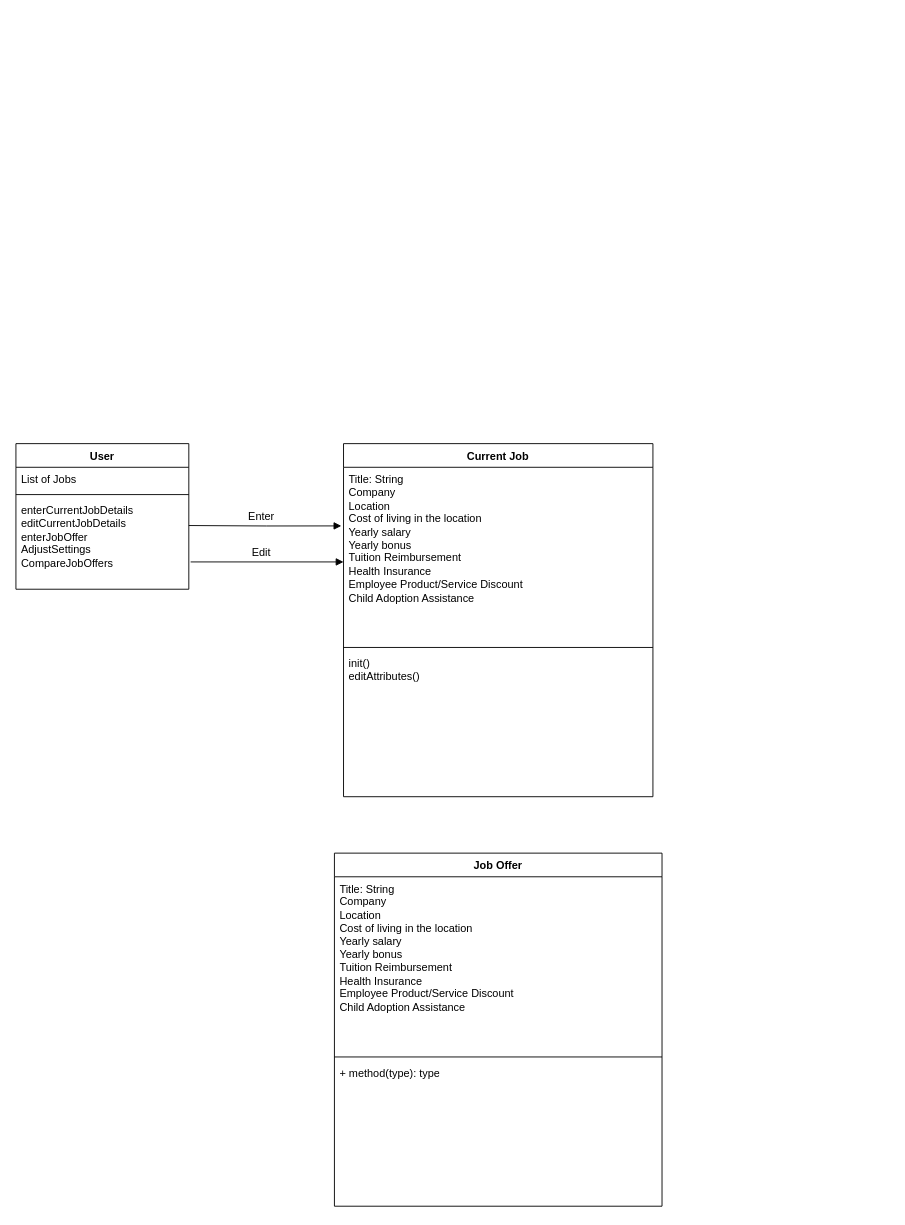
Before: Untitled Diagram.drawio in LanYan1110/Blog_Web_Application, a draw.io diagram. Source tidied: cells renumbered, new cells numbered last; positions are measured from the earlier drawing's top-left corner, leaving out a move shared by most shapes. Both pictures are drawn from the tidied source at 91%, with x=0, y=0 at pixel (15, 443).
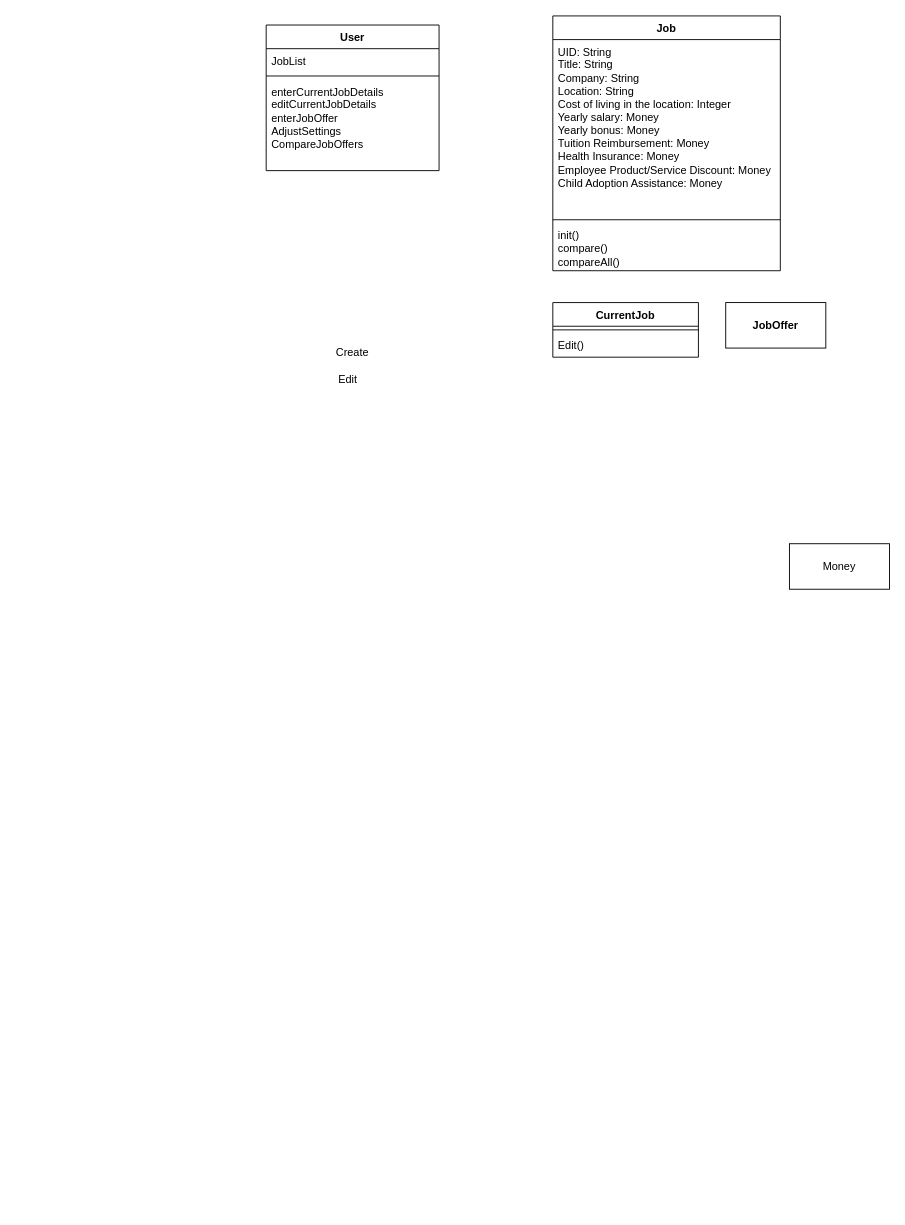
The same diagram, later.

The edit, as a diff of the source:
```diff
@@
 <mxGraphModel>
   <root>
     <mxCell id="0" />
     <mxCell id="1" parent="0" />
-    <mxCell id="2" value="Current Job" style="swimlane;fontStyle=1;align=center;verticalAlign=top;horizontal=1;startSize=26;whiteSpace=wrap;html=1;" parent="1" vertex="1">
-      <mxGeometry x="360" width="340" height="388" as="geometry" />
-    </mxCell>
-    <mxCell id="3" value="&lt;div&gt;Title: String&lt;/div&gt;&lt;div&gt;Company&lt;/div&gt;&lt;div&gt;Location&amp;nbsp;&lt;/div&gt;&lt;div&gt;Cost of living in the location&amp;nbsp;&lt;/div&gt;&lt;div&gt;Yearly salary&amp;nbsp;&lt;/div&gt;&lt;div&gt;Yearly bonus&amp;nbsp;&lt;/div&gt;&lt;div&gt;Tuition Reimbursement&amp;nbsp;&lt;/div&gt;&lt;div&gt;Health Insurance&amp;nbsp;&lt;/div&gt;&lt;div&gt;Employee Product/Service Discount&amp;nbsp;&lt;/div&gt;&lt;div&gt;Child Adoption Assistance&lt;/div&gt;&lt;div&gt;&lt;br&gt;&lt;/div&gt;" style="text;strokeColor=none;fillColor=none;align=left;verticalAlign=top;spacingLeft=4;spacingRight=4;overflow=hidden;points=[[0,0.5],[1,0.5]];portConstraint=eastwest;whiteSpace=wrap;html=1;" parent="2" vertex="1">
-      <mxGeometry y="26" width="340" height="194" as="geometry" />
-    </mxCell>
-    <mxCell id="4" style="line;strokeWidth=1;fillColor=none;align=left;verticalAlign=middle;spacingTop=-1;spacingLeft=3;spacingRight=3;labelPosition=right;strokeColor=inherit;" parent="2" vertex="1">
-      <mxGeometry y="220" width="340" height="8" as="geometry" />
-    </mxCell>
-    <mxCell id="5" value="init()&lt;div&gt;editAttributes()&lt;/div&gt;" style="text;strokeColor=none;fillColor=none;align=left;verticalAlign=top;spacingLeft=4;spacingRight=4;overflow=hidden;whiteSpace=wrap;html=1;" parent="2" vertex="1">
-      <mxGeometry y="228" width="340" height="160" as="geometry" />
-    </mxCell>
     <mxCell id="6" value="User" style="swimlane;fontStyle=1;align=center;verticalAlign=top;horizontal=1;startSize=26;whiteSpace=wrap;html=1;" parent="1" vertex="1">
-      <mxGeometry width="190" height="160" as="geometry" />
+      <mxGeometry x="275" y="-460" width="190" height="160" as="geometry" />
     </mxCell>
-    <mxCell id="7" value="List of Jobs" style="text;strokeColor=none;fillColor=none;align=left;verticalAlign=top;spacingLeft=4;spacingRight=4;overflow=hidden;whiteSpace=wrap;html=1;" parent="6" vertex="1">
+    <mxCell id="7" value="JobList" style="text;strokeColor=none;fillColor=none;align=left;verticalAlign=top;spacingLeft=4;spacingRight=4;overflow=hidden;whiteSpace=wrap;html=1;" parent="6" vertex="1">
       <mxGeometry y="26" width="190" height="26" as="geometry" />
     </mxCell>
     <mxCell id="8" style="line;strokeWidth=1;fillColor=none;align=left;verticalAlign=middle;spacingTop=-1;spacingLeft=3;spacingRight=3;labelPosition=right;strokeColor=inherit;" parent="6" vertex="1">
       <mxGeometry y="52" width="190" height="8" as="geometry" />
     </mxCell>
     <mxCell id="9" value="enterCurrentJobDetails&lt;div style=&quot;--tw-scale-x: 1; --tw-scale-y: 1; --tw-pan-x: ; --tw-pan-y: ; --tw-pinch-zoom: ; --tw-scroll-snap-strictness: proximity; --tw-gradient-from-position: ; --tw-gradient-via-position: ; --tw-gradient-to-position: ; --tw-ordinal: ; --tw-slashed-zero: ; --tw-numeric-figure: ; --tw-numeric-spacing: ; --tw-numeric-fraction: ; --tw-ring-inset: ; --tw-ring-offset-width: 0px; --tw-ring-offset-color: light-dark(#fff, #000000); --tw-ring-color: rgb(59 130 246 / .5); --tw-ring-offset-shadow: 0 0 #0000; --tw-ring-shadow: 0 0 #0000; --tw-shadow: 0 0 #0000; --tw-shadow-colored: 0 0 #0000; --tw-blur: ; --tw-brightness: ; --tw-contrast: ; --tw-grayscale: ; --tw-hue-rotate: ; --tw-invert: ; --tw-saturate: ; --tw-sepia: ; --tw-drop-shadow: ; --tw-backdrop-blur: ; --tw-backdrop-brightness: ; --tw-backdrop-contrast: ; --tw-backdrop-grayscale: ; --tw-backdrop-hue-rotate: ; --tw-backdrop-invert: ; --tw-backdrop-opacity: ; --tw-backdrop-saturate: ; --tw-backdrop-sepia: ;&quot;&gt;editCurrentJobDetails&lt;br style=&quot;--tw-scale-x: 1; --tw-scale-y: 1; --tw-pan-x: ; --tw-pan-y: ; --tw-pinch-zoom: ; --tw-scroll-snap-strictness: proximity; --tw-gradient-from-position: ; --tw-gradient-via-position: ; --tw-gradient-to-position: ; --tw-ordinal: ; --tw-slashed-zero: ; --tw-numeric-figure: ; --tw-numeric-spacing: ; --tw-numeric-fraction: ; --tw-ring-inset: ; --tw-ring-offset-width: 0px; --tw-ring-offset-color: light-dark(#fff, #000000); --tw-ring-color: rgb(59 130 246 / .5); --tw-ring-offset-shadow: 0 0 #0000; --tw-ring-shadow: 0 0 #0000; --tw-shadow: 0 0 #0000; --tw-shadow-colored: 0 0 #0000; --tw-blur: ; --tw-brightness: ; --tw-contrast: ; --tw-grayscale: ; --tw-hue-rotate: ; --tw-invert: ; --tw-saturate: ; --tw-sepia: ; --tw-drop-shadow: ; --tw-backdrop-blur: ; --tw-backdrop-brightness: ; --tw-backdrop-contrast: ; --tw-backdrop-grayscale: ; --tw-backdrop-hue-rotate: ; --tw-backdrop-invert: ; --tw-backdrop-opacity: ; --tw-backdrop-saturate: ; --tw-backdrop-sepia: ;&quot;&gt;&lt;div style=&quot;--tw-scale-x: 1; --tw-scale-y: 1; --tw-pan-x: ; --tw-pan-y: ; --tw-pinch-zoom: ; --tw-scroll-snap-strictness: proximity; --tw-gradient-from-position: ; --tw-gradient-via-position: ; --tw-gradient-to-position: ; --tw-ordinal: ; --tw-slashed-zero: ; --tw-numeric-figure: ; --tw-numeric-spacing: ; --tw-numeric-fraction: ; --tw-ring-inset: ; --tw-ring-offset-width: 0px; --tw-ring-offset-color: light-dark(#fff, #000000); --tw-ring-color: rgb(59 130 246 / .5); --tw-ring-offset-shadow: 0 0 #0000; --tw-ring-shadow: 0 0 #0000; --tw-shadow: 0 0 #0000; --tw-shadow-colored: 0 0 #0000; --tw-blur: ; --tw-brightness: ; --tw-contrast: ; --tw-grayscale: ; --tw-hue-rotate: ; --tw-invert: ; --tw-saturate: ; --tw-sepia: ; --tw-drop-shadow: ; --tw-backdrop-blur: ; --tw-backdrop-brightness: ; --tw-backdrop-contrast: ; --tw-backdrop-grayscale: ; --tw-backdrop-hue-rotate: ; --tw-backdrop-invert: ; --tw-backdrop-opacity: ; --tw-backdrop-saturate: ; --tw-backdrop-sepia: ;&quot;&gt;enterJobOffer&lt;/div&gt;&lt;div style=&quot;--tw-scale-x: 1; --tw-scale-y: 1; --tw-pan-x: ; --tw-pan-y: ; --tw-pinch-zoom: ; --tw-scroll-snap-strictness: proximity; --tw-gradient-from-position: ; --tw-gradient-via-position: ; --tw-gradient-to-position: ; --tw-ordinal: ; --tw-slashed-zero: ; --tw-numeric-figure: ; --tw-numeric-spacing: ; --tw-numeric-fraction: ; --tw-ring-inset: ; --tw-ring-offset-width: 0px; --tw-ring-offset-color: light-dark(#fff, #000000); --tw-ring-color: rgb(59 130 246 / .5); --tw-ring-offset-shadow: 0 0 #0000; --tw-ring-shadow: 0 0 #0000; --tw-shadow: 0 0 #0000; --tw-shadow-colored: 0 0 #0000; --tw-blur: ; --tw-brightness: ; --tw-contrast: ; --tw-grayscale: ; --tw-hue-rotate: ; --tw-invert: ; --tw-saturate: ; --tw-sepia: ; --tw-drop-shadow: ; --tw-backdrop-blur: ; --tw-backdrop-brightness: ; --tw-backdrop-contrast: ; --tw-backdrop-grayscale: ; --tw-backdrop-hue-rotate: ; --tw-backdrop-invert: ; --tw-backdrop-opacity: ; --tw-backdrop-saturate: ; --tw-backdrop-sepia: ;&quot;&gt;AdjustSettings&lt;/div&gt;&lt;div style=&quot;--tw-scale-x: 1; --tw-scale-y: 1; --tw-pan-x: ; --tw-pan-y: ; --tw-pinch-zoom: ; --tw-scroll-snap-strictness: proximity; --tw-gradient-from-position: ; --tw-gradient-via-position: ; --tw-gradient-to-position: ; --tw-ordinal: ; --tw-slashed-zero: ; --tw-numeric-figure: ; --tw-numeric-spacing: ; --tw-numeric-fraction: ; --tw-ring-inset: ; --tw-ring-offset-width: 0px; --tw-ring-offset-color: light-dark(#fff, #000000); --tw-ring-color: rgb(59 130 246 / .5); --tw-ring-offset-shadow: 0 0 #0000; --tw-ring-shadow: 0 0 #0000; --tw-shadow: 0 0 #0000; --tw-shadow-colored: 0 0 #0000; --tw-blur: ; --tw-brightness: ; --tw-contrast: ; --tw-grayscale: ; --tw-hue-rotate: ; --tw-invert: ; --tw-saturate: ; --tw-sepia: ; --tw-drop-shadow: ; --tw-backdrop-blur: ; --tw-backdrop-brightness: ; --tw-backdrop-contrast: ; --tw-backdrop-grayscale: ; --tw-backdrop-hue-rotate: ; --tw-backdrop-invert: ; --tw-backdrop-opacity: ; --tw-backdrop-saturate: ; --tw-backdrop-sepia: ;&quot;&gt;CompareJobOffers&lt;/div&gt;&lt;/div&gt;" style="text;strokeColor=none;fillColor=none;align=left;verticalAlign=top;spacingLeft=4;spacingRight=4;overflow=hidden;whiteSpace=wrap;html=1;" parent="6" vertex="1">
       <mxGeometry y="60" width="190" height="100" as="geometry" />
     </mxCell>
-    <mxCell id="10" value="Job Offer" style="swimlane;fontStyle=1;align=center;verticalAlign=top;horizontal=1;startSize=26;whiteSpace=wrap;html=1;" parent="1" vertex="1">
-      <mxGeometry x="350" y="450" width="360" height="388" as="geometry" />
-    </mxCell>
-    <mxCell id="11" value="&lt;div&gt;Title: String&lt;/div&gt;&lt;div&gt;Company&lt;/div&gt;&lt;div&gt;Location&amp;nbsp;&lt;/div&gt;&lt;div&gt;Cost of living in the location&amp;nbsp;&lt;/div&gt;&lt;div&gt;Yearly salary&amp;nbsp;&lt;/div&gt;&lt;div&gt;Yearly bonus&amp;nbsp;&lt;/div&gt;&lt;div&gt;Tuition Reimbursement&amp;nbsp;&lt;/div&gt;&lt;div&gt;Health Insurance&amp;nbsp;&lt;/div&gt;&lt;div&gt;Employee Product/Service Discount&amp;nbsp;&lt;/div&gt;&lt;div&gt;Child Adoption Assistance&lt;/div&gt;&lt;div&gt;&lt;br&gt;&lt;/div&gt;" style="text;strokeColor=none;fillColor=none;align=left;verticalAlign=top;spacingLeft=4;spacingRight=4;overflow=hidden;whiteSpace=wrap;html=1;" parent="10" vertex="1">
-      <mxGeometry y="26" width="360" height="194" as="geometry" />
-    </mxCell>
-    <mxCell id="12" style="line;strokeWidth=1;fillColor=none;align=left;verticalAlign=middle;spacingTop=-1;spacingLeft=3;spacingRight=3;labelPosition=right;strokeColor=inherit;" parent="10" vertex="1">
-      <mxGeometry y="220" width="360" height="8" as="geometry" />
-    </mxCell>
-    <mxCell id="13" value="+ method(type): type" style="text;strokeColor=none;fillColor=none;align=left;verticalAlign=top;spacingLeft=4;spacingRight=4;overflow=hidden;whiteSpace=wrap;html=1;" parent="10" vertex="1">
-      <mxGeometry y="228" width="360" height="160" as="geometry" />
-    </mxCell>
-    <mxCell id="14" value="Enter" style="text;html=1;align=center;verticalAlign=middle;whiteSpace=wrap;rounded=0;" parent="1" vertex="1">
-      <mxGeometry x="240" y="70" width="60" height="20" as="geometry" />
+    <mxCell id="14" value="Create" style="text;html=1;align=center;verticalAlign=middle;whiteSpace=wrap;rounded=0;" parent="1" vertex="1">
+      <mxGeometry x="340" y="-110" width="60" height="20" as="geometry" />
     </mxCell>
-    <mxCell id="15" style="endArrow=block;endFill=1;html=1;edgeStyle=orthogonalEdgeStyle;align=left;verticalAlign=top;rounded=0;entryX=-0.007;entryY=0.332;entryDx=0;entryDy=0;entryPerimeter=0;" parent="1" edge="1" target="3">
-      <mxGeometry x="-1" relative="1" as="geometry">
-        <mxPoint x="190" y="90" as="sourcePoint" />
-      </mxGeometry>
-    </mxCell>
     <mxCell id="16" value="Edit" style="text;html=1;align=center;verticalAlign=middle;whiteSpace=wrap;rounded=0;" parent="1" vertex="1">
-      <mxGeometry x="245" y="110" width="50" height="20" as="geometry" />
+      <mxGeometry x="340" y="-80" width="50" height="20" as="geometry" />
     </mxCell>
-    <mxCell id="17" style="endArrow=block;endFill=1;html=1;edgeStyle=orthogonalEdgeStyle;align=left;verticalAlign=top;rounded=0;entryX=-0.007;entryY=0.332;entryDx=0;entryDy=0;entryPerimeter=0;" parent="1" edge="1">
-      <mxGeometry x="-1" relative="1" as="geometry">
-        <mxPoint x="192" y="130" as="sourcePoint" />
-        <mxPoint x="360" y="130" as="targetPoint" />
-      </mxGeometry>
-    </mxCell>
+    <mxCell id="18" value="Job" style="swimlane;fontStyle=1;align=center;verticalAlign=top;horizontal=1;startSize=26;whiteSpace=wrap;html=1;" parent="1" vertex="1">
+      <mxGeometry x="590" y="-470" width="250" height="280" as="geometry" />
+    </mxCell>
+    <mxCell id="19" value="&lt;div&gt;UID: String&lt;/div&gt;&lt;div&gt;Title: String&lt;/div&gt;&lt;div&gt;Company: String&lt;/div&gt;&lt;div&gt;Location: String&lt;/div&gt;&lt;div&gt;Cost of living in the location: Integer&lt;/div&gt;&lt;div&gt;Yearly salary: Money&lt;/div&gt;&lt;div&gt;Yearly bonus: Money&lt;/div&gt;&lt;div&gt;Tuition Reimbursement: Money&lt;/div&gt;&lt;div&gt;Health Insurance: Money&amp;nbsp;&lt;/div&gt;&lt;div&gt;Employee Product/Service Discount: Money&lt;/div&gt;&lt;div&gt;Child Adoption Assistance: Money&lt;/div&gt;&lt;div&gt;&lt;br&gt;&lt;/div&gt;" style="text;strokeColor=none;fillColor=none;align=left;verticalAlign=top;spacingLeft=4;spacingRight=4;overflow=hidden;whiteSpace=wrap;html=1;" parent="18" vertex="1">
+      <mxGeometry y="26" width="250" height="194" as="geometry" />
+    </mxCell>
+    <mxCell id="20" style="line;strokeWidth=1;fillColor=none;align=left;verticalAlign=middle;spacingTop=-1;spacingLeft=3;spacingRight=3;labelPosition=right;strokeColor=inherit;" parent="18" vertex="1">
+      <mxGeometry y="220" width="250" height="8" as="geometry" />
+    </mxCell>
+    <mxCell id="21" value="init()&lt;div&gt;compare()&lt;/div&gt;&lt;div&gt;compareAll()&lt;/div&gt;" style="text;strokeColor=none;fillColor=none;align=left;verticalAlign=top;spacingLeft=4;spacingRight=4;overflow=hidden;whiteSpace=wrap;html=1;" parent="18" vertex="1">
+      <mxGeometry y="228" width="250" height="52" as="geometry" />
+    </mxCell>
+    <mxCell id="22" value="Money" style="html=1;whiteSpace=wrap;" parent="1" vertex="1">
+      <mxGeometry x="850" y="110" width="110" height="50" as="geometry" />
+    </mxCell>
+    <mxCell id="23" value="&lt;b&gt;JobOffer&lt;/b&gt;" style="html=1;whiteSpace=wrap;" parent="1" vertex="1">
+      <mxGeometry x="780" y="-155" width="110" height="50" as="geometry" />
+    </mxCell>
+    <mxCell id="24" value="CurrentJob" style="swimlane;fontStyle=1;align=center;verticalAlign=top;horizontal=1;startSize=26;whiteSpace=wrap;html=1;" parent="1" vertex="1">
+      <mxGeometry x="590" y="-155" width="160" height="60" as="geometry" />
+    </mxCell>
+    <mxCell id="25" style="line;strokeWidth=1;fillColor=none;align=left;verticalAlign=middle;spacingTop=-1;spacingLeft=3;spacingRight=3;labelPosition=right;strokeColor=inherit;" parent="24" vertex="1">
+      <mxGeometry y="26" width="160" height="8" as="geometry" />
+    </mxCell>
+    <mxCell id="26" value="Edit()" style="text;strokeColor=none;fillColor=none;align=left;verticalAlign=top;spacingLeft=4;spacingRight=4;overflow=hidden;whiteSpace=wrap;html=1;" parent="24" vertex="1">
+      <mxGeometry y="34" width="160" height="26" as="geometry" />
+    </mxCell>
   </root>
 </mxGraphModel>
```
